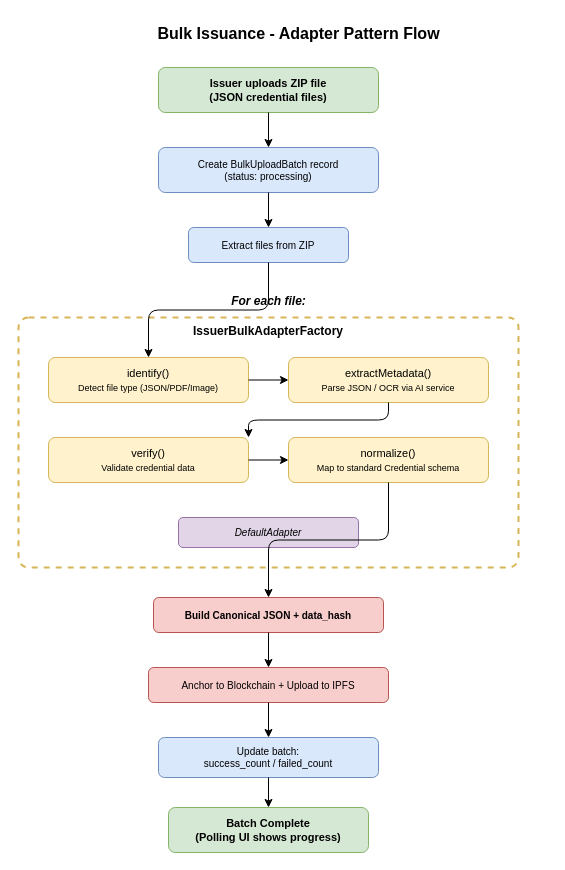
JaiminPatel345/MicroMerit-Portal keeps this draw.io diagram as docs/report/diagrams/3.9_bulk_issuance_adapter.drawio. Above is the earlier version. Source tidied: cells renumbered, new cells numbered last; positions are measured from the earlier drawing's top-left corner, leaving out a move shared by most shapes. Both pictures are drawn from the tidied source at 100%, with x=0, y=0 at pixel (18, 17).
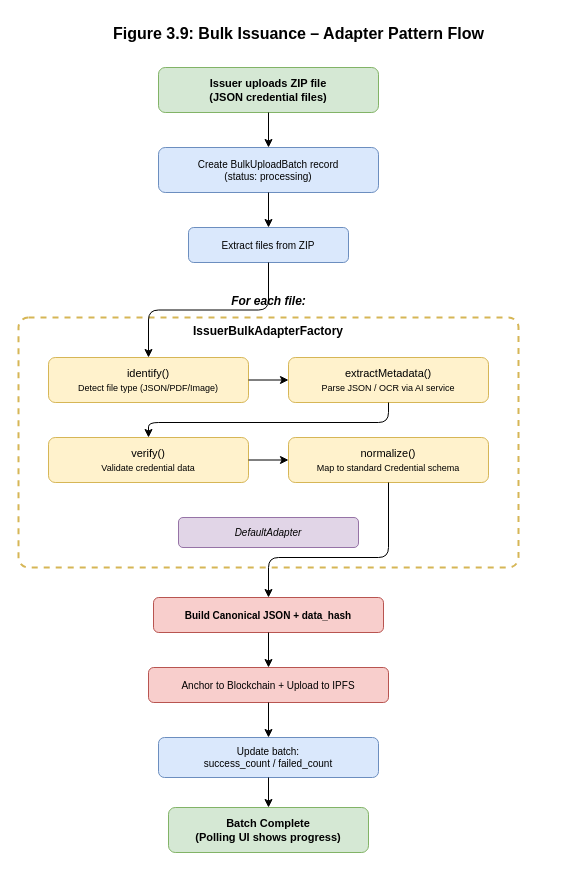
The same diagram, later.

The change refers to these unchanged cells:
```xml
<mxCell id="9" value="extractMetadata()&lt;br&gt;&lt;font style=&quot;font-size:9px&quot;&gt;Parse JSON / OCR via AI service&lt;/font&gt;" style="rounded=1;whiteSpace=wrap;html=1;fillColor=#fff2cc;strokeColor=#d6b656;fontSize=11;" parent="1" vertex="1">
  <mxGeometry x="270" y="340" width="200" height="45" as="geometry" />
</mxCell>
<mxCell id="10" value="verify()&lt;br&gt;&lt;font style=&quot;font-size:9px&quot;&gt;Validate credential data&lt;/font&gt;" style="rounded=1;whiteSpace=wrap;html=1;fillColor=#fff2cc;strokeColor=#d6b656;fontSize=11;" parent="1" vertex="1">
  <mxGeometry x="30" y="420" width="200" height="45" as="geometry" />
</mxCell>
<mxCell id="11" value="normalize()&lt;br&gt;&lt;font style=&quot;font-size:9px&quot;&gt;Map to standard Credential schema&lt;/font&gt;" style="rounded=1;whiteSpace=wrap;html=1;fillColor=#fff2cc;strokeColor=#d6b656;fontSize=11;" parent="1" vertex="1">
  <mxGeometry x="270" y="420" width="200" height="45" as="geometry" />
</mxCell>
<mxCell id="13" value="Build Canonical JSON + data_hash" style="rounded=1;whiteSpace=wrap;html=1;fillColor=#f8cecc;strokeColor=#b85450;fontSize=10;fontStyle=1;" parent="1" vertex="1">
  <mxGeometry x="135" y="580" width="230" height="35" as="geometry" />
</mxCell>
```

The edit, as a diff of the source:
```diff
@@
-    <mxCell id="2" value="Bulk Issuance - Adapter Pattern Flow" style="text;html=1;fontSize=16;fontStyle=1;align=center;" parent="1" vertex="1">
-      <mxGeometry x="80" width="400" height="30" as="geometry" />
+    <mxCell id="2" value="Figure 3.9: Bulk Issuance – Adapter Pattern Flow" style="text;html=1;fontSize=16;fontStyle=1;align=center;" parent="1" vertex="1">
+      <mxGeometry x="30" width="500" height="30" as="geometry" />
     </mxCell>
@@
-    <mxCell id="21" style="edgeStyle=orthogonalEdgeStyle;rounded=1;exitX=0.5;exitY=1;exitDx=0;exitDy=0;entryX=1;entryY=0;entryDx=0;entryDy=0;" parent="1" edge="1" source="9" target="10">
-      <mxGeometry relative="1" as="geometry" />
+    <mxCell id="21" style="edgeStyle=orthogonalEdgeStyle;rounded=1;exitX=0.5;exitY=1;exitDx=0;exitDy=0;entryX=0.5;entryY=0;entryDx=0;entryDy=0;" parent="1" edge="1" source="9" target="10">
+      <mxGeometry relative="1" as="geometry">
+        <Array as="points">
+          <mxPoint x="370" y="405" />
+          <mxPoint x="130" y="405" />
+        </Array>
+      </mxGeometry>
     </mxCell>
@@
     <mxCell id="23" style="edgeStyle=orthogonalEdgeStyle;rounded=1;" parent="1" edge="1" source="11" target="13">
-      <mxGeometry relative="1" as="geometry" />
+      <mxGeometry relative="1" as="geometry">
+        <Array as="points">
+          <mxPoint x="370" y="540" />
+          <mxPoint x="250" y="540" />
+        </Array>
+      </mxGeometry>
     </mxCell>
```
